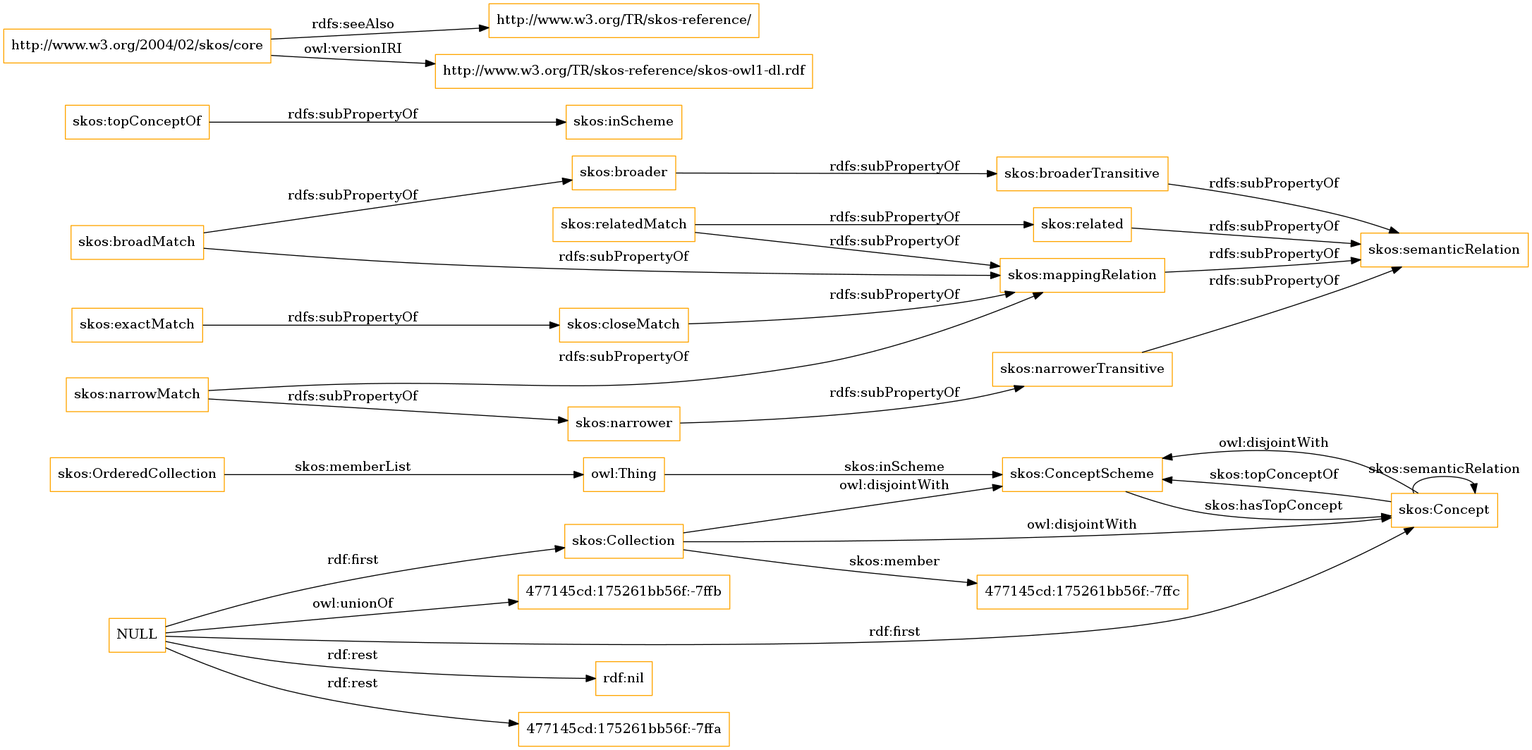
This is OnToology/imports/skos.owl/diagrams/ar2dtool-class/skos.owl.png from OnToologyUser/core-ontology-1, a Graphviz export, as it was before one commit. Its source is kept beside it as OnToology/imports/skos.owl/diagrams/ar2dtool-class/skos.owl.png.dot.
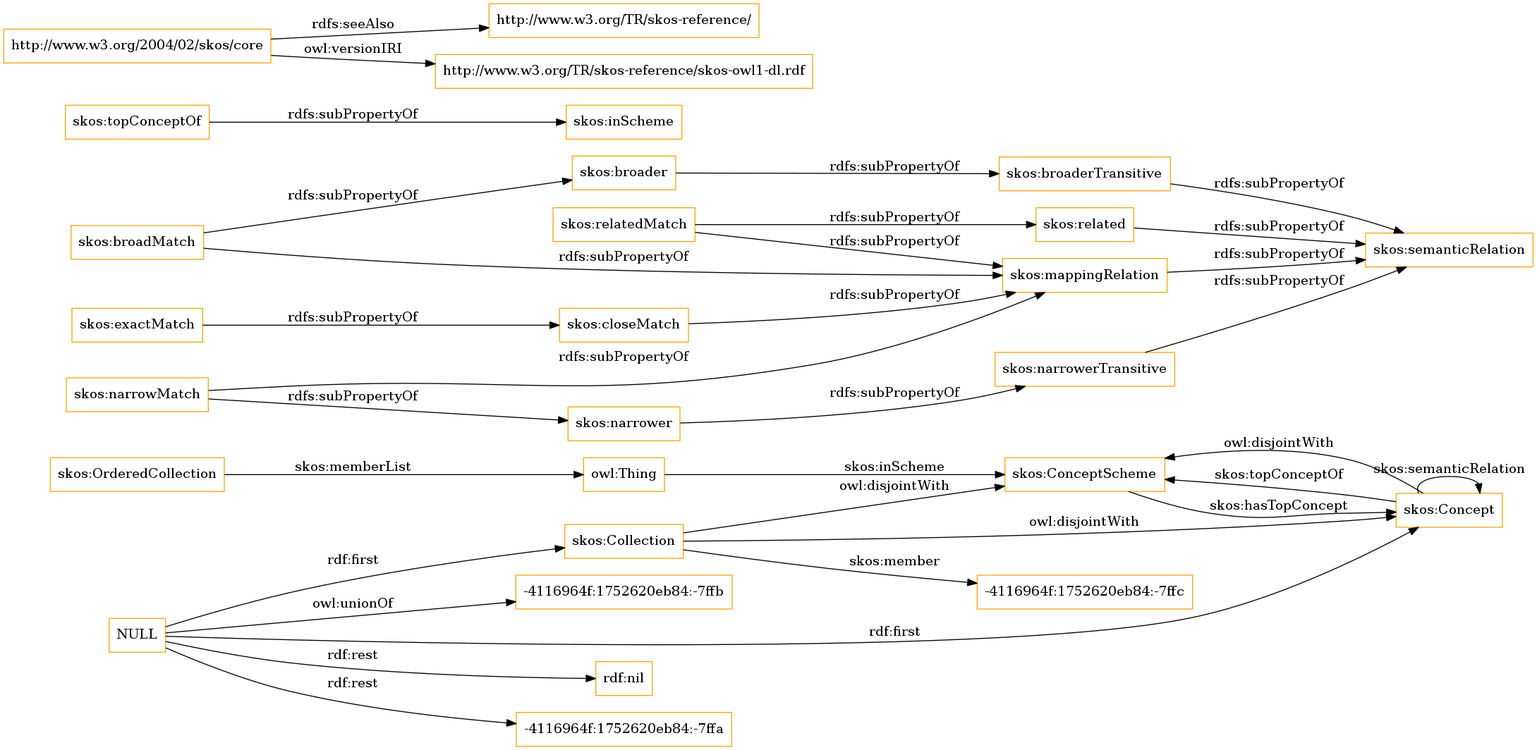
After the change.

Change to the diagram source:
```diff
@@ -1,13 +1,13 @@
 digraph ar2dtool_diagram {
 rankdir=LR;
 size="1501"
-node [shape = rectangle, color="orange"]; "skos:OrderedCollection" "skos:ConceptScheme" "skos:Concept" "skos:Collection" "477145cd:175261bb56f:-7ffc" ; /*classes style*/
+node [shape = rectangle, color="orange"]; "skos:OrderedCollection" "skos:ConceptScheme" "skos:Concept" "skos:Collection" "-4116964f:1752620eb84:-7ffc" ; /*classes style*/
 	"skos:narrowerTransitive" -> "skos:semanticRelation" [ label = "rdfs:subPropertyOf" ];
 	"NULL" -> "rdf:nil" [ label = "rdf:rest" ];
 	"NULL" -> "skos:Concept" [ label = "rdf:first" ];
-	"NULL" -> "477145cd:175261bb56f:-7ffa" [ label = "rdf:rest" ];
+	"NULL" -> "-4116964f:1752620eb84:-7ffa" [ label = "rdf:rest" ];
 	"NULL" -> "skos:Collection" [ label = "rdf:first" ];
-	"NULL" -> "477145cd:175261bb56f:-7ffb" [ label = "owl:unionOf" ];
+	"NULL" -> "-4116964f:1752620eb84:-7ffb" [ label = "owl:unionOf" ];
 	"skos:closeMatch" -> "skos:mappingRelation" [ label = "rdfs:subPropertyOf" ];
 	"skos:Concept" -> "skos:ConceptScheme" [ label = "owl:disjointWith" ];
 	"skos:relatedMatch" -> "skos:related" [ label = "rdfs:subPropertyOf" ];
@@ -30,7 +30,7 @@
 	"skos:OrderedCollection" -> "owl:Thing" [ label = "skos:memberList" ];
 	"skos:Concept" -> "skos:ConceptScheme" [ label = "skos:topConceptOf" ];
 	"skos:Concept" -> "skos:Concept" [ label = "skos:semanticRelation" ];
-	"skos:Collection" -> "477145cd:175261bb56f:-7ffc" [ label = "skos:member" ];
+	"skos:Collection" -> "-4116964f:1752620eb84:-7ffc" [ label = "skos:member" ];
 	"skos:ConceptScheme" -> "skos:Concept" [ label = "skos:hasTopConcept" ];
 	"owl:Thing" -> "skos:ConceptScheme" [ label = "skos:inScheme" ];
 
```
